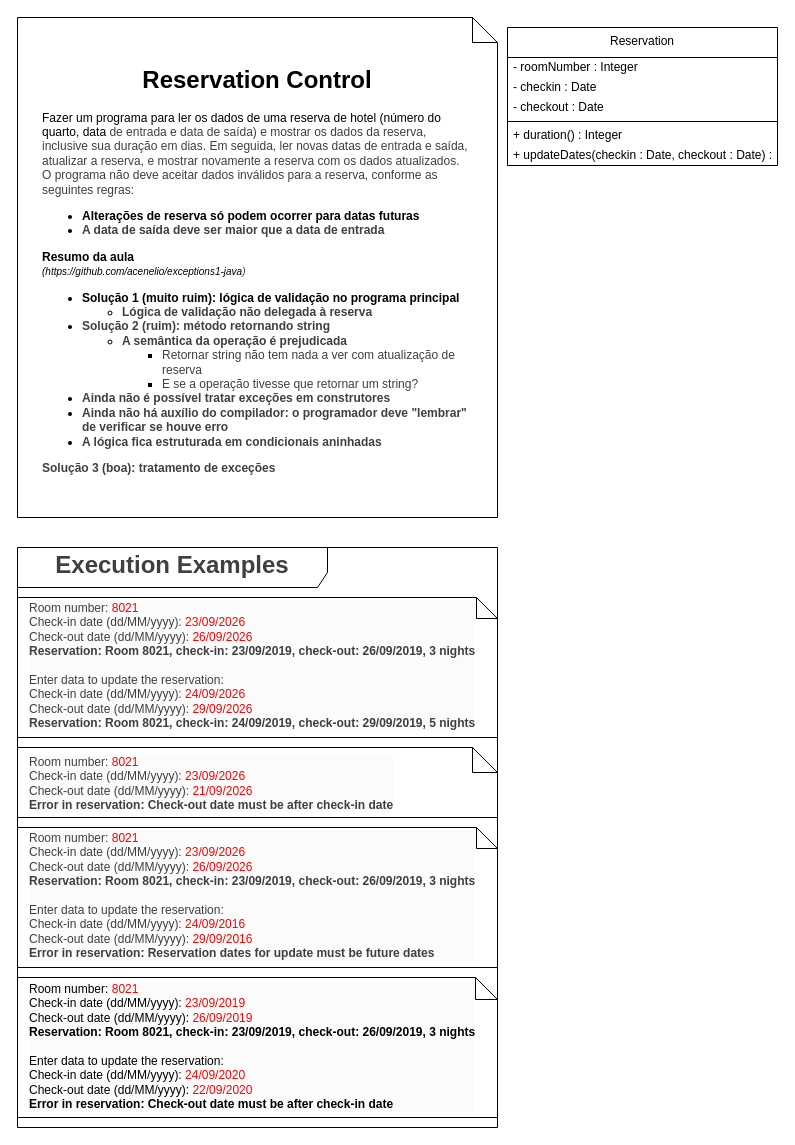
The draw.io diagram src/diagrams/Reservation_ontrol-Custom_Exceptions.drawio in DejairFaustino/1-Trat_Excecoes_a.Exemple4_Personalized, before the edit. Source tidied: cells renumbered, new cells numbered last; positions are measured from the earlier drawing's top-left corner, leaving out a move shared by most shapes. Both pictures are drawn from the tidied source at 100%, with x=0, y=0 at pixel (17, 17).
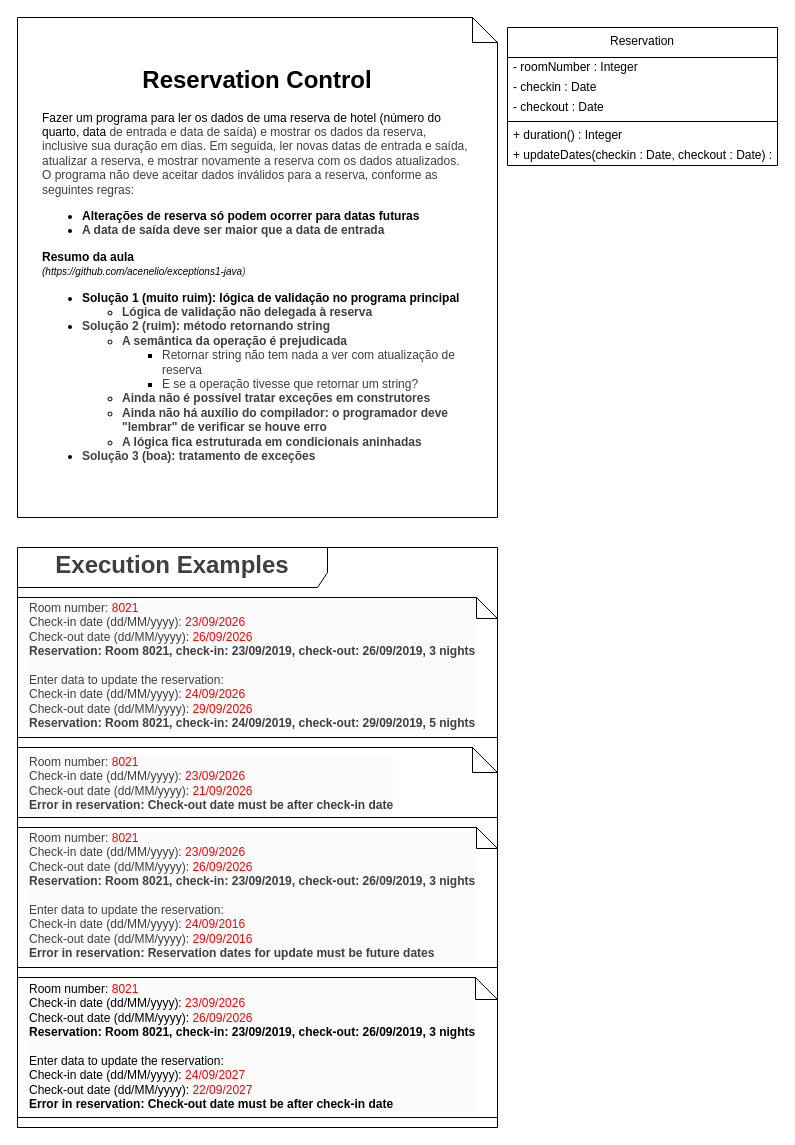
The same page after the edit.

Unchanged cells that the change refers to:
```xml
<mxCell id="10" value="&lt;h1 style=&quot;color: rgb(63, 63, 63); scrollbar-color: rgb(226, 226, 226) rgb(251, 251, 251);&quot;&gt;Execution Examples&lt;/h1&gt;&lt;div&gt;&lt;br&gt;&lt;/div&gt;&lt;div style=&quot;color: rgb(63, 63, 63); scrollbar-color: rgb(226, 226, 226) rgb(251, 251, 251); text-align: left;&quot;&gt;&lt;/div&gt;" style="shape=umlFrame;whiteSpace=wrap;html=1;width=310;height=40;verticalAlign=middle;spacingTop=10;" parent="1" vertex="1">
  <mxGeometry y="530" width="480" height="580" as="geometry" />
</mxCell>
```

What changed in the source:
```diff
@@
-    <mxCell id="2" value="&lt;h1&gt;Reservation Control&lt;/h1&gt;&lt;div style=&quot;text-align: left;&quot;&gt;&lt;div&gt;Fazer um programa para ler os dados de uma reserva de hotel (número do quarto, data&amp;nbsp;&lt;span style=&quot;color: rgb(63, 63, 63); background-color: transparent;&quot;&gt;de entrada e data de saída) e mostrar os dados da reserva, inclusive sua duração em&amp;nbsp;&lt;/span&gt;&lt;span style=&quot;color: rgb(63, 63, 63); background-color: transparent;&quot;&gt;dias. Em seguida, ler novas datas de entrada e saída, atualizar a reserva, e mostrar&amp;nbsp;&lt;/span&gt;&lt;span style=&quot;color: rgb(63, 63, 63); background-color: transparent;&quot;&gt;novamente a reserva com os dados atualizados. O programa não deve aceitar dados&amp;nbsp;&lt;/span&gt;&lt;span style=&quot;color: rgb(63, 63, 63); background-color: transparent;&quot;&gt;inválidos para a reserva, conforme as seguintes regras:&lt;/span&gt;&lt;/div&gt;&lt;div&gt;&lt;ul&gt;&lt;li&gt;&lt;b&gt;Alterações de reserva só podem ocorrer para datas futuras&lt;/b&gt;&lt;/li&gt;&lt;li&gt;&lt;span style=&quot;color: rgb(63, 63, 63); background-color: transparent;&quot;&gt;&lt;b&gt;A data de saída deve ser maior que a data de entrada&lt;/b&gt;&lt;/span&gt;&lt;/li&gt;&lt;/ul&gt;&lt;div&gt;&lt;b&gt;Resumo da aula&lt;/b&gt;&lt;br&gt;&lt;i&gt;&lt;font style=&quot;font-size: 10px;&quot;&gt;(&lt;span style=&quot;background-color: transparent;&quot;&gt;https://github.com/acenelio/exceptions1-java&lt;/span&gt;&lt;span style=&quot;color: rgb(63, 63, 63); background-color: transparent;&quot;&gt;)&lt;/span&gt;&lt;/font&gt;&lt;/i&gt;&lt;/div&gt;&lt;div&gt;&lt;div style=&quot;&quot;&gt;&lt;ul&gt;&lt;li&gt;&lt;b&gt;Solução 1 (muito ruim): lógica de validação no programa principal&lt;/b&gt;&lt;/li&gt;&lt;ul&gt;&lt;li&gt;&lt;b style=&quot;color: rgb(63, 63, 63); background-color: transparent;&quot;&gt;Lógica de validação não delegada à reserva&lt;/b&gt;&lt;/li&gt;&lt;/ul&gt;&lt;li&gt;&lt;b style=&quot;background-color: transparent; color: rgb(63, 63, 63);&quot;&gt;Solução 2 (ruim): método retornando string&lt;/b&gt;&lt;/li&gt;&lt;ul&gt;&lt;li&gt;&lt;b style=&quot;background-color: transparent; color: rgb(63, 63, 63);&quot;&gt;A semântica da operação é prejudicada&lt;/b&gt;&lt;/li&gt;&lt;ul&gt;&lt;li&gt;&lt;span style=&quot;background-color: transparent; color: rgb(63, 63, 63);&quot;&gt;Retornar string não tem nada a ver com atualização de reserva&lt;/span&gt;&lt;/li&gt;&lt;li&gt;&lt;span style=&quot;background-color: transparent; color: rgb(63, 63, 63);&quot;&gt;E se a operação tivesse que retornar um string?&lt;/span&gt;&lt;/li&gt;&lt;/ul&gt;&lt;/ul&gt;&lt;li&gt;&lt;b style=&quot;color: rgb(63, 63, 63); background-color: transparent;&quot;&gt;Ainda não é possível tratar exceções em construtores&lt;/b&gt;&lt;/li&gt;&lt;li&gt;&lt;b style=&quot;color: rgb(63, 63, 63); background-color: transparent;&quot;&gt;Ainda não há auxílio do compilador: o programador deve &quot;lembrar&quot; de verificar se houve&amp;nbsp;&lt;/b&gt;&lt;b style=&quot;background-color: transparent; color: rgb(63, 63, 63);&quot;&gt;erro&lt;/b&gt;&lt;/li&gt;&lt;li&gt;&lt;b style=&quot;color: rgb(63, 63, 63); background-color: transparent;&quot;&gt;A lógica fica estruturada em condicionais aninhadas&lt;/b&gt;&lt;/li&gt;&lt;/ul&gt;&lt;/div&gt;&lt;div style=&quot;&quot;&gt;&lt;b style=&quot;color: rgb(63, 63, 63); background-color: transparent;&quot;&gt;Solução 3 (boa): tratamento de exceções&lt;/b&gt;&lt;/div&gt;&lt;/div&gt;&lt;/div&gt;&lt;/div&gt;" style="shape=note2;boundedLbl=1;whiteSpace=wrap;html=1;size=25;verticalAlign=middle;align=center;spacing=26;spacingTop=-10;" parent="1" vertex="1">
+    <mxCell id="2" value="&lt;h1&gt;Reservation Control&lt;/h1&gt;&lt;div style=&quot;text-align: left;&quot;&gt;&lt;div&gt;Fazer um programa para ler os dados de uma reserva de hotel (número do quarto, data&amp;nbsp;&lt;span style=&quot;color: rgb(63, 63, 63); background-color: transparent;&quot;&gt;de entrada e data de saída) e mostrar os dados da reserva, inclusive sua duração em&amp;nbsp;&lt;/span&gt;&lt;span style=&quot;color: rgb(63, 63, 63); background-color: transparent;&quot;&gt;dias. Em seguida, ler novas datas de entrada e saída, atualizar a reserva, e mostrar&amp;nbsp;&lt;/span&gt;&lt;span style=&quot;color: rgb(63, 63, 63); background-color: transparent;&quot;&gt;novamente a reserva com os dados atualizados. O programa não deve aceitar dados&amp;nbsp;&lt;/span&gt;&lt;span style=&quot;color: rgb(63, 63, 63); background-color: transparent;&quot;&gt;inválidos para a reserva, conforme as seguintes regras:&lt;/span&gt;&lt;/div&gt;&lt;div&gt;&lt;ul&gt;&lt;li&gt;&lt;b&gt;Alterações de reserva só podem ocorrer para datas futuras&lt;/b&gt;&lt;/li&gt;&lt;li&gt;&lt;span style=&quot;color: rgb(63, 63, 63); background-color: transparent;&quot;&gt;&lt;b&gt;A data de saída deve ser maior que a data de entrada&lt;/b&gt;&lt;/span&gt;&lt;/li&gt;&lt;/ul&gt;&lt;div&gt;&lt;b&gt;Resumo da aula&lt;/b&gt;&lt;br&gt;&lt;i&gt;&lt;font style=&quot;font-size: 10px;&quot;&gt;(&lt;span style=&quot;background-color: transparent;&quot;&gt;https://github.com/acenelio/exceptions1-java&lt;/span&gt;&lt;span style=&quot;color: rgb(63, 63, 63); background-color: transparent;&quot;&gt;)&lt;/span&gt;&lt;/font&gt;&lt;/i&gt;&lt;/div&gt;&lt;div&gt;&lt;div style=&quot;&quot;&gt;&lt;ul&gt;&lt;li&gt;&lt;b&gt;Solução 1 (muito ruim): lógica de validação no programa principal&lt;/b&gt;&lt;/li&gt;&lt;ul&gt;&lt;li&gt;&lt;b style=&quot;color: rgb(63, 63, 63); background-color: transparent;&quot;&gt;Lógica de validação não delegada à reserva&lt;/b&gt;&lt;/li&gt;&lt;/ul&gt;&lt;li&gt;&lt;b style=&quot;background-color: transparent; color: rgb(63, 63, 63);&quot;&gt;Solução 2 (ruim): método retornando string&lt;/b&gt;&lt;/li&gt;&lt;ul&gt;&lt;li&gt;&lt;b style=&quot;background-color: transparent; color: rgb(63, 63, 63);&quot;&gt;A semântica da operação é prejudicada&lt;/b&gt;&lt;/li&gt;&lt;ul&gt;&lt;li&gt;&lt;span style=&quot;background-color: transparent; color: rgb(63, 63, 63);&quot;&gt;Retornar string não tem nada a ver com atualização de reserva&lt;/span&gt;&lt;/li&gt;&lt;li&gt;&lt;span style=&quot;background-color: transparent; color: rgb(63, 63, 63);&quot;&gt;E se a operação tivesse que retornar um string?&lt;/span&gt;&lt;/li&gt;&lt;/ul&gt;&lt;li&gt;&lt;b style=&quot;color: rgb(63, 63, 63); background-color: transparent;&quot;&gt;Ainda não é possível tratar exceções em construtores&lt;/b&gt;&lt;/li&gt;&lt;li&gt;&lt;b style=&quot;color: rgb(63, 63, 63); background-color: transparent;&quot;&gt;Ainda não há auxílio do compilador: o programador deve &quot;lembrar&quot; de verificar se houve&amp;nbsp;&lt;/b&gt;&lt;b style=&quot;background-color: transparent; color: rgb(63, 63, 63);&quot;&gt;erro&lt;/b&gt;&lt;/li&gt;&lt;li&gt;&lt;b style=&quot;color: rgb(63, 63, 63); background-color: transparent;&quot;&gt;A lógica fica estruturada em condicionais aninhadas&lt;/b&gt;&lt;/li&gt;&lt;/ul&gt;&lt;li&gt;&lt;b style=&quot;color: rgb(63, 63, 63); background-color: transparent;&quot;&gt;Solução 3 (boa): tratamento de exceções&lt;/b&gt;&lt;/li&gt;&lt;/ul&gt;&lt;/div&gt;&lt;/div&gt;&lt;/div&gt;&lt;/div&gt;" style="shape=note2;boundedLbl=1;whiteSpace=wrap;html=1;size=25;verticalAlign=middle;align=center;spacing=26;spacingTop=-10;" parent="1" vertex="1">
       <mxGeometry width="480" height="500" as="geometry" />
     </mxCell>
@@
-    <mxCell id="14" value="&lt;div style=&quot;forced-color-adjust: none; scrollbar-color: rgb(226, 226, 226) rgb(251, 251, 251); font-family: Helvetica; font-size: 12px; font-style: normal; font-variant-ligatures: normal; font-variant-caps: normal; letter-spacing: normal; orphans: 2; text-align: left; text-indent: 0px; text-transform: none; widows: 2; word-spacing: 0px; -webkit-text-stroke-width: 0px; white-space: normal; background-color: rgb(251, 251, 251); text-decoration-thickness: initial; text-decoration-style: initial; text-decoration-color: initial;&quot;&gt;&lt;div style=&quot;scrollbar-color: rgb(226, 226, 226) rgb(251, 251, 251); background-color: rgb(251, 251, 251);&quot;&gt;&lt;div style=&quot;font-weight: 400; scrollbar-color: rgb(226, 226, 226) rgb(251, 251, 251); background-color: rgb(251, 251, 251);&quot;&gt;Room number: &lt;font style=&quot;color: rgb(255, 0, 0);&quot;&gt;8021&lt;/font&gt;&lt;/div&gt;&lt;div style=&quot;font-weight: 400; scrollbar-color: rgb(226, 226, 226) rgb(251, 251, 251); background-color: rgb(251, 251, 251);&quot;&gt;Check-in date (dd/MM/yyyy): &lt;font style=&quot;color: rgb(255, 0, 0);&quot;&gt;23/09/2019&lt;/font&gt;&lt;/div&gt;&lt;div style=&quot;font-weight: 400; scrollbar-color: rgb(226, 226, 226) rgb(251, 251, 251); background-color: rgb(251, 251, 251);&quot;&gt;Check-out date (dd/MM/yyyy): &lt;font style=&quot;color: rgb(255, 0, 0);&quot;&gt;26/09/2019&lt;/font&gt;&lt;/div&gt;&lt;div style=&quot;scrollbar-color: rgb(226, 226, 226) rgb(251, 251, 251); background-color: rgb(251, 251, 251);&quot;&gt;&lt;b&gt;Reservation: Room 8021, check-in: 23/09/2019, check-out: 26/09/2019, 3 nights&lt;/b&gt;&lt;/div&gt;&lt;div style=&quot;font-weight: 400; scrollbar-color: rgb(226, 226, 226) rgb(251, 251, 251); background-color: rgb(251, 251, 251);&quot;&gt;&lt;br&gt;&lt;/div&gt;&lt;div style=&quot;font-weight: 400; scrollbar-color: rgb(226, 226, 226) rgb(251, 251, 251); background-color: rgb(251, 251, 251);&quot;&gt;Enter data to update the reservation:&lt;/div&gt;&lt;div style=&quot;font-weight: 400; scrollbar-color: rgb(226, 226, 226) rgb(251, 251, 251); background-color: rgb(251, 251, 251);&quot;&gt;Check-in date (dd/MM/yyyy): &lt;font style=&quot;color: rgb(255, 0, 0);&quot;&gt;24/09/2020&lt;/font&gt;&lt;/div&gt;&lt;div style=&quot;font-weight: 400; scrollbar-color: rgb(226, 226, 226) rgb(251, 251, 251); background-color: rgb(251, 251, 251);&quot;&gt;Check-out date (dd/MM/yyyy): &lt;font style=&quot;color: rgb(255, 0, 0);&quot;&gt;22/09/2020&lt;/font&gt;&lt;/div&gt;&lt;div style=&quot;scrollbar-color: rgb(226, 226, 226) rgb(251, 251, 251); background-color: rgb(251, 251, 251);&quot;&gt;&lt;b&gt;Error in reservation: Check-out date must be after check-in date&lt;/b&gt;&lt;/div&gt;&lt;/div&gt;&lt;/div&gt;" style="shape=note2;boundedLbl=1;whiteSpace=wrap;html=1;size=22;verticalAlign=top;align=left;spacingLeft=10;spacingTop=-24;" parent="10" vertex="1">
+    <mxCell id="14" value="&lt;div style=&quot;forced-color-adjust: none; scrollbar-color: rgb(226, 226, 226) rgb(251, 251, 251); font-family: Helvetica; font-size: 12px; font-style: normal; font-variant-ligatures: normal; font-variant-caps: normal; letter-spacing: normal; orphans: 2; text-align: left; text-indent: 0px; text-transform: none; widows: 2; word-spacing: 0px; -webkit-text-stroke-width: 0px; white-space: normal; background-color: rgb(251, 251, 251); text-decoration-thickness: initial; text-decoration-style: initial; text-decoration-color: initial;&quot;&gt;&lt;div style=&quot;scrollbar-color: rgb(226, 226, 226) rgb(251, 251, 251); background-color: rgb(251, 251, 251);&quot;&gt;&lt;div style=&quot;font-weight: 400; scrollbar-color: rgb(226, 226, 226) rgb(251, 251, 251); background-color: rgb(251, 251, 251);&quot;&gt;Room number: &lt;font style=&quot;color: rgb(255, 0, 0);&quot;&gt;8021&lt;/font&gt;&lt;/div&gt;&lt;div style=&quot;font-weight: 400; scrollbar-color: rgb(226, 226, 226) rgb(251, 251, 251); background-color: rgb(251, 251, 251);&quot;&gt;Check-in date (dd/MM/yyyy): &lt;font style=&quot;color: rgb(255, 0, 0);&quot;&gt;23/09/2026&lt;/font&gt;&lt;/div&gt;&lt;div style=&quot;font-weight: 400; scrollbar-color: rgb(226, 226, 226) rgb(251, 251, 251); background-color: rgb(251, 251, 251);&quot;&gt;Check-out date (dd/MM/yyyy): &lt;font style=&quot;color: rgb(255, 0, 0);&quot;&gt;26/09/2026&lt;/font&gt;&lt;/div&gt;&lt;div style=&quot;scrollbar-color: rgb(226, 226, 226) rgb(251, 251, 251); background-color: rgb(251, 251, 251);&quot;&gt;&lt;b&gt;Reservation: Room 8021, check-in: 23/09/2019, check-out: 26/09/2019, 3 nights&lt;/b&gt;&lt;/div&gt;&lt;div style=&quot;font-weight: 400; scrollbar-color: rgb(226, 226, 226) rgb(251, 251, 251); background-color: rgb(251, 251, 251);&quot;&gt;&lt;br&gt;&lt;/div&gt;&lt;div style=&quot;font-weight: 400; scrollbar-color: rgb(226, 226, 226) rgb(251, 251, 251); background-color: rgb(251, 251, 251);&quot;&gt;Enter data to update the reservation:&lt;/div&gt;&lt;div style=&quot;font-weight: 400; scrollbar-color: rgb(226, 226, 226) rgb(251, 251, 251); background-color: rgb(251, 251, 251);&quot;&gt;Check-in date (dd/MM/yyyy): &lt;font style=&quot;color: rgb(255, 0, 0);&quot;&gt;24/09/2027&lt;/font&gt;&lt;/div&gt;&lt;div style=&quot;font-weight: 400; scrollbar-color: rgb(226, 226, 226) rgb(251, 251, 251); background-color: rgb(251, 251, 251);&quot;&gt;Check-out date (dd/MM/yyyy): &lt;font style=&quot;color: rgb(255, 0, 0);&quot;&gt;22/09/2027&lt;/font&gt;&lt;/div&gt;&lt;div style=&quot;scrollbar-color: rgb(226, 226, 226) rgb(251, 251, 251); background-color: rgb(251, 251, 251);&quot;&gt;&lt;b&gt;Error in reservation: Check-out date must be after check-in date&lt;/b&gt;&lt;/div&gt;&lt;/div&gt;&lt;/div&gt;" style="shape=note2;boundedLbl=1;whiteSpace=wrap;html=1;size=22;verticalAlign=top;align=left;spacingLeft=10;spacingTop=-24;" parent="10" vertex="1">
       <mxGeometry y="430" width="480" height="140" as="geometry" />
     </mxCell>
```
